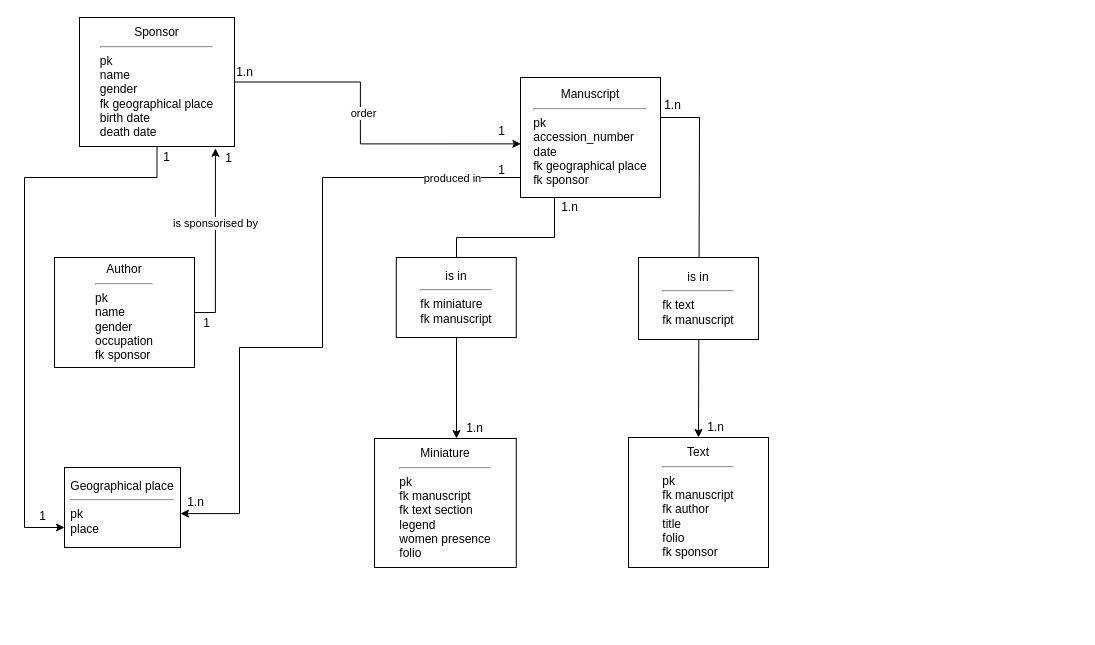
The draw.io diagram Diagramme_manuscrits_enlluminés.drawio in ellieiri/enluminures_arthuriennes, before the edit. Source tidied: cells renumbered, new cells numbered last; positions are measured from the earlier drawing's top-left corner, leaving out a move shared by most shapes. Both pictures are drawn from the tidied source at 100%, with x=0, y=0 at pixel (24, 17).
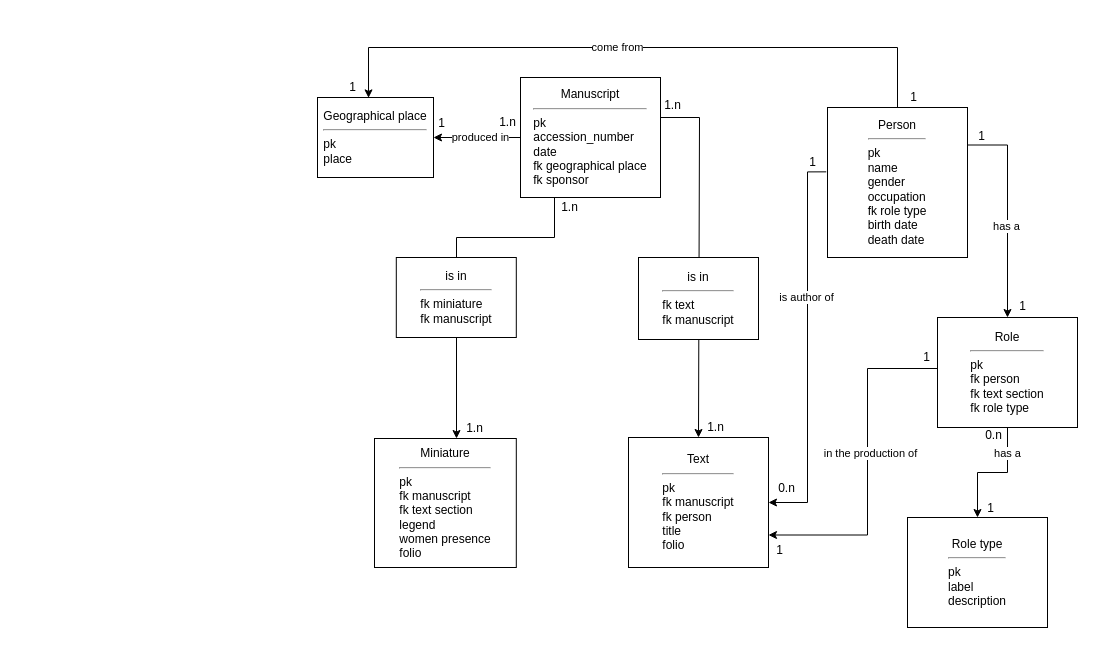
The same page after the edit.

Commit message:
Mettre à jour Diagramme_manuscrits_enlluminés.drawio

Unchanged cells that the change refers to:
```xml
<mxCell id="6" value="&lt;div&gt;Manuscript&lt;/div&gt;&lt;div&gt;&lt;hr&gt;&lt;/div&gt;&lt;div align=&quot;left&quot;&gt;pk&lt;/div&gt;&lt;div align=&quot;left&quot;&gt;accession_number&lt;/div&gt;&lt;div align=&quot;left&quot;&gt;date&lt;/div&gt;&lt;div align=&quot;left&quot;&gt;fk geographical place&lt;/div&gt;&lt;div align=&quot;left&quot;&gt;fk sponsor&lt;br&gt;&lt;/div&gt;" style="rounded=0;whiteSpace=wrap;html=1;" parent="1" vertex="1">
  <mxGeometry x="496" y="60" width="140" height="120" as="geometry" />
</mxCell>
```

Change to the diagram source:
```diff
@@
-    <mxCell id="2" style="edgeStyle=orthogonalEdgeStyle;rounded=0;jettySize=auto;html=1;exitX=0;exitY=0.75;exitDx=0;exitDy=0;" parent="1" edge="1" source="6">
-      <mxGeometry relative="1" as="geometry">
-        <mxPoint x="156" y="496.1" as="targetPoint" />
-        <Array as="points">
-          <mxPoint x="500" y="160" />
-          <mxPoint x="298" y="160" />
-          <mxPoint x="298" y="330" />
-          <mxPoint x="215" y="330" />
-          <mxPoint x="215" y="496" />
-        </Array>
-      </mxGeometry>
-    </mxCell>
-    <mxCell id="3" value="produced in" style="edgeLabel;html=1;align=center;verticalAlign=middle;" parent="2" vertex="1">
-      <mxGeometry x="-0.75" relative="1" as="geometry" />
-    </mxCell>
@@
+    <mxCell id="31" style="edgeStyle=orthogonalEdgeStyle;rounded=0;jettySize=auto;html=1;exitX=0;exitY=0.5;exitDx=0;exitDy=0;entryX=1;entryY=0.5;entryDx=0;entryDy=0;" parent="1" edge="1" source="6" target="12">
+      <mxGeometry relative="1" as="geometry" />
+    </mxCell>
+    <mxCell id="3" value="produced in" style="edgeLabel;html=1;align=center;verticalAlign=middle;" parent="31" vertex="1">
+      <mxGeometry x="0.03" y="2" relative="1" as="geometry">
+        <mxPoint x="4" y="-3" as="offset" />
+      </mxGeometry>
+    </mxCell>
@@
-    <mxCell id="7" style="edgeStyle=orthogonalEdgeStyle;rounded=0;jettySize=auto;html=1;entryX=0.877;entryY=1.014;entryDx=0;entryDy=0;entryPerimeter=0;" parent="1" edge="1" source="9" target="16">
-      <mxGeometry relative="1" as="geometry">
-        <Array as="points">
-          <mxPoint x="191" y="295" />
-        </Array>
-      </mxGeometry>
-    </mxCell>
-    <mxCell id="8" value="is sponsorised by" style="edgeLabel;html=1;align=center;verticalAlign=middle;" parent="7" vertex="1">
-      <mxGeometry x="0.19" relative="1" as="geometry" />
-    </mxCell>
+    <mxCell id="32" style="edgeStyle=orthogonalEdgeStyle;rounded=0;jettySize=auto;html=1;exitX=0;exitY=0.5;exitDx=0;exitDy=0;entryX=1;entryY=0.75;entryDx=0;entryDy=0;" parent="1" edge="1" source="9" target="11">
+      <mxGeometry relative="1" as="geometry">
+        <Array as="points">
+          <mxPoint x="843" y="351" />
+          <mxPoint x="843" y="517" />
+        </Array>
+      </mxGeometry>
+    </mxCell>
+    <mxCell id="33" value="in the production of" style="edgeLabel;html=1;align=center;verticalAlign=middle;" parent="32" vertex="1">
+      <mxGeometry x="-0.07" y="2" relative="1" as="geometry" />
+    </mxCell>
+    <mxCell id="34" style="edgeStyle=orthogonalEdgeStyle;rounded=0;jettySize=auto;html=1;exitX=0.5;exitY=1;exitDx=0;exitDy=0;entryX=0.5;entryY=0;entryDx=0;entryDy=0;" parent="1" edge="1" source="9" target="40">
+      <mxGeometry relative="1" as="geometry" />
+    </mxCell>
+    <mxCell id="35" value="has a" style="edgeLabel;html=1;align=center;verticalAlign=middle;" parent="34" vertex="1">
+      <mxGeometry x="-0.59" y="3" relative="1" as="geometry">
+        <mxPoint x="-4" as="offset" />
+      </mxGeometry>
+    </mxCell>
-    <mxCell id="9" value="&lt;div&gt;Author&lt;br&gt;&lt;/div&gt;&lt;div&gt;&lt;hr&gt;&lt;/div&gt;&lt;div align=&quot;left&quot;&gt;pk&lt;br&gt;name&lt;/div&gt;&lt;div align=&quot;left&quot;&gt;gender&lt;/div&gt;&lt;div align=&quot;left&quot;&gt;occupation&lt;/div&gt;&lt;div align=&quot;left&quot;&gt;fk sponsor&lt;br&gt;&lt;/div&gt;" style="rounded=0;whiteSpace=wrap;html=1;" parent="1" vertex="1">
-      <mxGeometry x="30" y="240" width="140" height="110" as="geometry" />
+    <mxCell id="9" value="&lt;div&gt;Role&lt;br&gt;&lt;/div&gt;&lt;div&gt;&lt;hr&gt;&lt;/div&gt;&lt;div align=&quot;left&quot;&gt;pk&lt;/div&gt;&lt;div align=&quot;left&quot;&gt;fk person&lt;/div&gt;&lt;div align=&quot;left&quot;&gt;fk text section&lt;/div&gt;&lt;div align=&quot;left&quot;&gt;fk role type&lt;br&gt;&lt;/div&gt;" style="rounded=0;whiteSpace=wrap;html=1;" parent="1" vertex="1">
+      <mxGeometry x="913" y="300" width="140" height="110" as="geometry" />
     </mxCell>
@@
-    <mxCell id="11" value="&lt;div align=&quot;center&quot;&gt;Text&lt;/div&gt;&lt;div align=&quot;center&quot;&gt;&lt;hr&gt;&lt;/div&gt;&lt;div align=&quot;left&quot;&gt;pk&lt;/div&gt;&lt;div align=&quot;left&quot;&gt;fk manuscript&lt;br&gt;&lt;/div&gt;&lt;div align=&quot;left&quot;&gt;fk author&lt;br&gt;&lt;/div&gt;&lt;div align=&quot;left&quot;&gt;title&lt;/div&gt;&lt;div align=&quot;left&quot;&gt;folio&lt;/div&gt;&lt;div align=&quot;left&quot;&gt;fk sponsor&lt;br&gt;&lt;/div&gt;" style="rounded=0;whiteSpace=wrap;html=1;align=center;" parent="1" vertex="1">
+    <mxCell id="11" value="&lt;div align=&quot;center&quot;&gt;Text&lt;/div&gt;&lt;div align=&quot;center&quot;&gt;&lt;hr&gt;&lt;/div&gt;&lt;div align=&quot;left&quot;&gt;pk&lt;/div&gt;&lt;div align=&quot;left&quot;&gt;fk manuscript&lt;br&gt;&lt;/div&gt;&lt;div align=&quot;left&quot;&gt;fk person&lt;br&gt;&lt;/div&gt;&lt;div align=&quot;left&quot;&gt;title&lt;/div&gt;&lt;div align=&quot;left&quot;&gt;folio&lt;/div&gt;" style="rounded=0;whiteSpace=wrap;html=1;align=center;" parent="1" vertex="1">
       <mxGeometry x="604" y="420" width="140" height="130" as="geometry" />
     </mxCell>
     <mxCell id="12" value="&lt;div&gt;Geographical place&lt;br&gt;&lt;/div&gt;&lt;div&gt;&lt;hr&gt;&lt;/div&gt;&lt;div align=&quot;left&quot;&gt;pk&lt;/div&gt;&lt;div align=&quot;left&quot;&gt;place&lt;br&gt;&lt;/div&gt;" style="rounded=0;whiteSpace=wrap;html=1;" parent="1" vertex="1">
-      <mxGeometry x="40" y="450" width="116" height="80" as="geometry" />
+      <mxGeometry x="293" y="80" width="116" height="80" as="geometry" />
     </mxCell>
-    <mxCell id="13" style="edgeStyle=orthogonalEdgeStyle;rounded=0;jettySize=auto;html=1;entryX=1.152;entryY=0.913;entryDx=0;entryDy=0;entryPerimeter=0;" parent="1" edge="1" source="16" target="19">
-      <mxGeometry relative="1" as="geometry" />
-    </mxCell>
-    <mxCell id="14" value="order" style="edgeLabel;html=1;align=center;verticalAlign=middle;" parent="13" vertex="1">
-      <mxGeometry x="-0.1" y="1" relative="1" as="geometry">
-        <mxPoint x="2" as="offset" />
-      </mxGeometry>
-    </mxCell>
-    <mxCell id="15" style="edgeStyle=orthogonalEdgeStyle;rounded=0;jettySize=auto;html=1;entryX=0;entryY=0.75;entryDx=0;entryDy=0;" parent="1" edge="1" source="16" target="12">
-      <mxGeometry relative="1" as="geometry">
-        <Array as="points">
-          <mxPoint x="133" y="160" />
-          <mxPoint y="160" />
-          <mxPoint y="510" />
-        </Array>
-      </mxGeometry>
-    </mxCell>
-    <mxCell id="16" value="&lt;div&gt;Sponsor&lt;br&gt;&lt;/div&gt;&lt;div&gt;&lt;hr&gt;&lt;/div&gt;&lt;div align=&quot;left&quot;&gt;pk&lt;/div&gt;&lt;div align=&quot;left&quot;&gt;name&lt;/div&gt;&lt;div align=&quot;left&quot;&gt;gender&lt;/div&gt;&lt;div align=&quot;left&quot;&gt;fk geographical place&lt;br&gt;&lt;/div&gt;&lt;div align=&quot;left&quot;&gt;birth date&lt;/div&gt;&lt;div align=&quot;left&quot;&gt;death date&lt;br&gt;&lt;/div&gt;" style="rounded=0;whiteSpace=wrap;html=1;" parent="1" vertex="1">
-      <mxGeometry x="55" width="155" height="129" as="geometry" />
-    </mxCell>
+    <mxCell id="36" style="edgeStyle=orthogonalEdgeStyle;rounded=0;jettySize=auto;html=1;exitX=-0.009;exitY=0.429;exitDx=0;exitDy=0;entryX=1;entryY=0.5;entryDx=0;entryDy=0;exitPerimeter=0;" parent="1" edge="1" source="43" target="11">
+      <mxGeometry relative="1" as="geometry">
+        <Array as="points">
+          <mxPoint x="783" y="154" />
+          <mxPoint x="783" y="485" />
+        </Array>
+      </mxGeometry>
+    </mxCell>
+    <mxCell id="37" value="is author of" style="edgeLabel;html=1;align=center;verticalAlign=middle;" parent="36" vertex="1">
+      <mxGeometry x="-0.34" y="-2" relative="1" as="geometry">
+        <mxPoint y="16" as="offset" />
+      </mxGeometry>
+    </mxCell>
+    <mxCell id="38" style="edgeStyle=orthogonalEdgeStyle;rounded=0;jettySize=auto;html=1;exitX=1;exitY=0.25;exitDx=0;exitDy=0;entryX=0.5;entryY=0;entryDx=0;entryDy=0;" parent="1" edge="1" source="43" target="9">
+      <mxGeometry relative="1" as="geometry" />
+    </mxCell>
+    <mxCell id="39" value="has a" style="edgeLabel;html=1;align=center;verticalAlign=middle;" parent="38" vertex="1">
+      <mxGeometry x="0.12" y="3" relative="1" as="geometry">
+        <mxPoint x="-5" y="2" as="offset" />
+      </mxGeometry>
+    </mxCell>
@@
-    <mxCell id="19" value="1" style="text;html=1;align=center;verticalAlign=middle;points=[];strokeColor=none;fillColor=none;" parent="1" vertex="1">
-      <mxGeometry x="461.8" y="99" width="30" height="30" as="geometry" />
-    </mxCell>
-    <mxCell id="20" value="1.n" style="text;html=1;align=center;verticalAlign=middle;strokeColor=none;fillColor=none;" parent="1" vertex="1">
-      <mxGeometry x="200" y="40" width="40" height="30" as="geometry" />
-    </mxCell>
-    <mxCell id="21" value="1" style="text;html=1;align=center;verticalAlign=middle;strokeColor=none;fillColor=none;" parent="1" vertex="1">
-      <mxGeometry x="461.8" y="138" width="30" height="30" as="geometry" />
-    </mxCell>
-    <mxCell id="22" value="1.n" style="text;html=1;align=center;verticalAlign=middle;strokeColor=none;fillColor=none;" parent="1" vertex="1">
-      <mxGeometry x="151" y="470" width="40" height="30" as="geometry" />
-    </mxCell>
@@
-    <mxCell id="27" value="1" style="text;html=1;align=center;verticalAlign=middle;strokeColor=none;fillColor=none;" parent="1" vertex="1">
-      <mxGeometry x="127" y="125" width="30" height="30" as="geometry" />
-    </mxCell>
-    <mxCell id="28" value="1" style="text;html=1;align=center;verticalAlign=middle;strokeColor=none;fillColor=none;" parent="1" vertex="1">
-      <mxGeometry x="3" y="484" width="30" height="30" as="geometry" />
-    </mxCell>
-    <mxCell id="29" value="1" style="text;html=1;align=center;verticalAlign=middle;strokeColor=none;fillColor=none;" parent="1" vertex="1">
-      <mxGeometry x="167" y="291" width="30" height="30" as="geometry" />
-    </mxCell>
-    <mxCell id="30" value="1" style="text;html=1;align=center;verticalAlign=middle;strokeColor=none;fillColor=none;" parent="1" vertex="1">
-      <mxGeometry x="189" y="126" width="30" height="30" as="geometry" />
-    </mxCell>
+    <mxCell id="40" value="&lt;div&gt;Role type&lt;br&gt;&lt;/div&gt;&lt;div&gt;&lt;hr&gt;&lt;/div&gt;&lt;div align=&quot;left&quot;&gt;pk&lt;br&gt;&lt;/div&gt;&lt;div align=&quot;left&quot;&gt;label&lt;/div&gt;&lt;div align=&quot;left&quot;&gt;description&lt;br&gt;&lt;/div&gt;" style="rounded=0;whiteSpace=wrap;html=1;" parent="1" vertex="1">
+      <mxGeometry x="883" y="500" width="140" height="110" as="geometry" />
+    </mxCell>
+    <mxCell id="41" style="edgeStyle=orthogonalEdgeStyle;rounded=0;jettySize=auto;html=1;exitX=0.5;exitY=0;exitDx=0;exitDy=0;entryX=0.44;entryY=0.005;entryDx=0;entryDy=0;entryPerimeter=0;" parent="1" edge="1" source="43" target="12">
+      <mxGeometry relative="1" as="geometry">
+        <Array as="points">
+          <mxPoint x="873" y="30" />
+          <mxPoint x="344" y="30" />
+        </Array>
+      </mxGeometry>
+    </mxCell>
+    <mxCell id="42" value="come from" style="edgeLabel;html=1;align=center;verticalAlign=middle;" parent="41" vertex="1">
+      <mxGeometry x="0.07" y="1" relative="1" as="geometry">
+        <mxPoint x="1" y="-2" as="offset" />
+      </mxGeometry>
+    </mxCell>
+    <mxCell id="43" value="&lt;div align=&quot;center&quot;&gt;Person&lt;br&gt;&lt;/div&gt;&lt;div align=&quot;center&quot;&gt;&lt;hr&gt;&lt;/div&gt;&lt;div align=&quot;left&quot;&gt;pk&lt;/div&gt;&lt;div align=&quot;left&quot;&gt;name&lt;/div&gt;&lt;div align=&quot;left&quot;&gt;gender&lt;/div&gt;&lt;div align=&quot;left&quot;&gt;occupation&lt;/div&gt;&lt;div align=&quot;left&quot;&gt;fk role type&lt;/div&gt;&lt;div align=&quot;left&quot;&gt;birth date&lt;/div&gt;&lt;div align=&quot;left&quot;&gt;death date&lt;br&gt;&lt;/div&gt;" style="rounded=0;whiteSpace=wrap;html=1;align=center;" parent="1" vertex="1">
+      <mxGeometry x="803" y="90" width="140" height="150" as="geometry" />
+    </mxCell>
+    <mxCell id="44" value="1" style="text;html=1;align=center;verticalAlign=middle;strokeColor=none;fillColor=none;" parent="1" vertex="1">
+      <mxGeometry x="773" y="130" width="30" height="30" as="geometry" />
+    </mxCell>
+    <mxCell id="45" value="0.n" style="text;html=1;align=center;verticalAlign=middle;strokeColor=none;fillColor=none;" parent="1" vertex="1">
+      <mxGeometry x="742" y="456" width="40" height="30" as="geometry" />
+    </mxCell>
+    <mxCell id="46" value="1" style="text;html=1;align=center;verticalAlign=middle;strokeColor=none;fillColor=none;" parent="1" vertex="1">
+      <mxGeometry x="887" y="325" width="30" height="30" as="geometry" />
+    </mxCell>
+    <mxCell id="47" value="1" style="text;html=1;align=center;verticalAlign=middle;strokeColor=none;fillColor=none;" parent="1" vertex="1">
+      <mxGeometry x="740" y="518" width="30" height="30" as="geometry" />
+    </mxCell>
+    <mxCell id="48" value="1" style="text;html=1;align=center;verticalAlign=middle;strokeColor=none;fillColor=none;" parent="1" vertex="1">
+      <mxGeometry x="951" y="476" width="30" height="30" as="geometry" />
+    </mxCell>
+    <mxCell id="49" value="0.n" style="text;html=1;align=center;verticalAlign=middle;strokeColor=none;fillColor=none;" parent="1" vertex="1">
+      <mxGeometry x="949" y="403" width="40" height="30" as="geometry" />
+    </mxCell>
+    <mxCell id="50" value="1.n" style="text;html=1;align=center;verticalAlign=middle;strokeColor=none;fillColor=none;" parent="1" vertex="1">
+      <mxGeometry x="463" y="90" width="40" height="30" as="geometry" />
+    </mxCell>
+    <mxCell id="51" value="1" style="text;html=1;align=center;verticalAlign=middle;strokeColor=none;fillColor=none;" parent="1" vertex="1">
+      <mxGeometry x="401.9" y="91" width="30" height="30" as="geometry" />
+    </mxCell>
+    <mxCell id="52" value="1" style="text;html=1;align=center;verticalAlign=middle;strokeColor=none;fillColor=none;" parent="1" vertex="1">
+      <mxGeometry x="313" y="55" width="30" height="30" as="geometry" />
+    </mxCell>
+    <mxCell id="53" value="1" style="text;html=1;align=center;verticalAlign=middle;strokeColor=none;fillColor=none;" parent="1" vertex="1">
+      <mxGeometry x="874" y="65" width="30" height="30" as="geometry" />
+    </mxCell>
+    <mxCell id="54" value="1" style="text;html=1;align=center;verticalAlign=middle;strokeColor=none;fillColor=none;" parent="1" vertex="1">
+      <mxGeometry x="942" y="104" width="30" height="30" as="geometry" />
+    </mxCell>
+    <mxCell id="55" value="1" style="text;html=1;align=center;verticalAlign=middle;strokeColor=none;fillColor=none;" parent="1" vertex="1">
+      <mxGeometry x="983" y="274" width="30" height="30" as="geometry" />
+    </mxCell>
```
